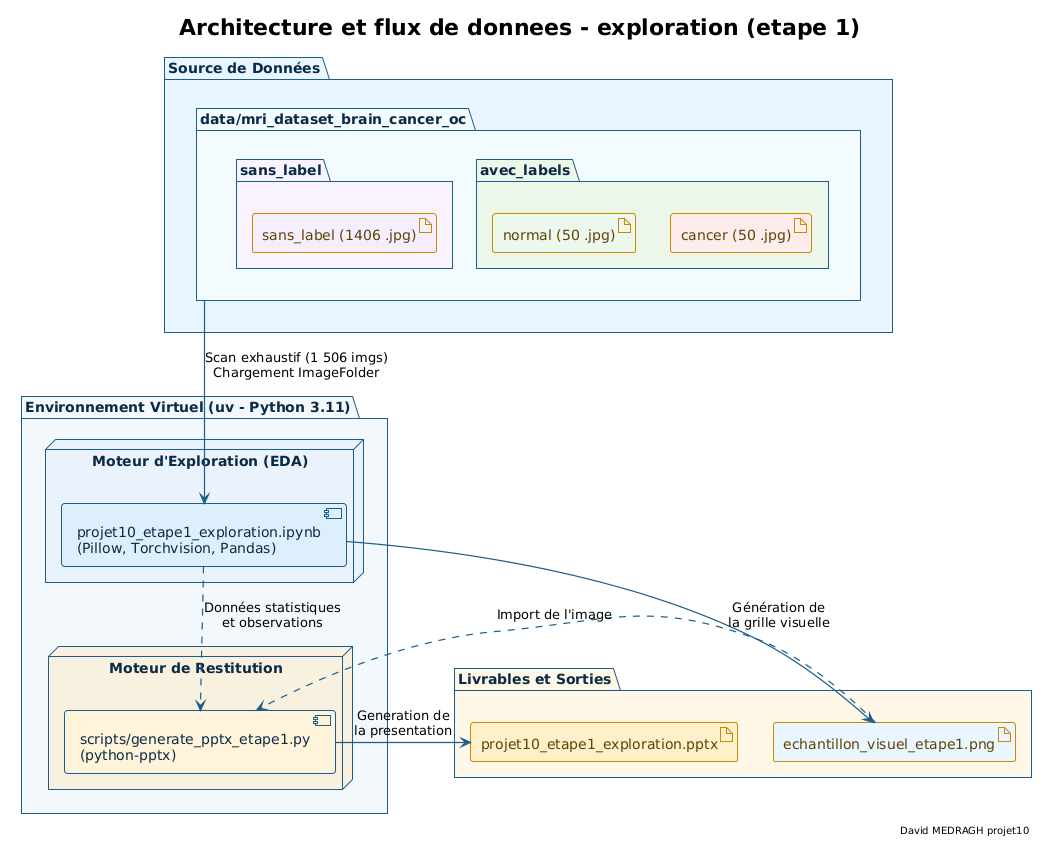
Earlier version of the PlantUML export doc/uml/png/architecture_etape1_exploration.png (davidmedragh/projet10).
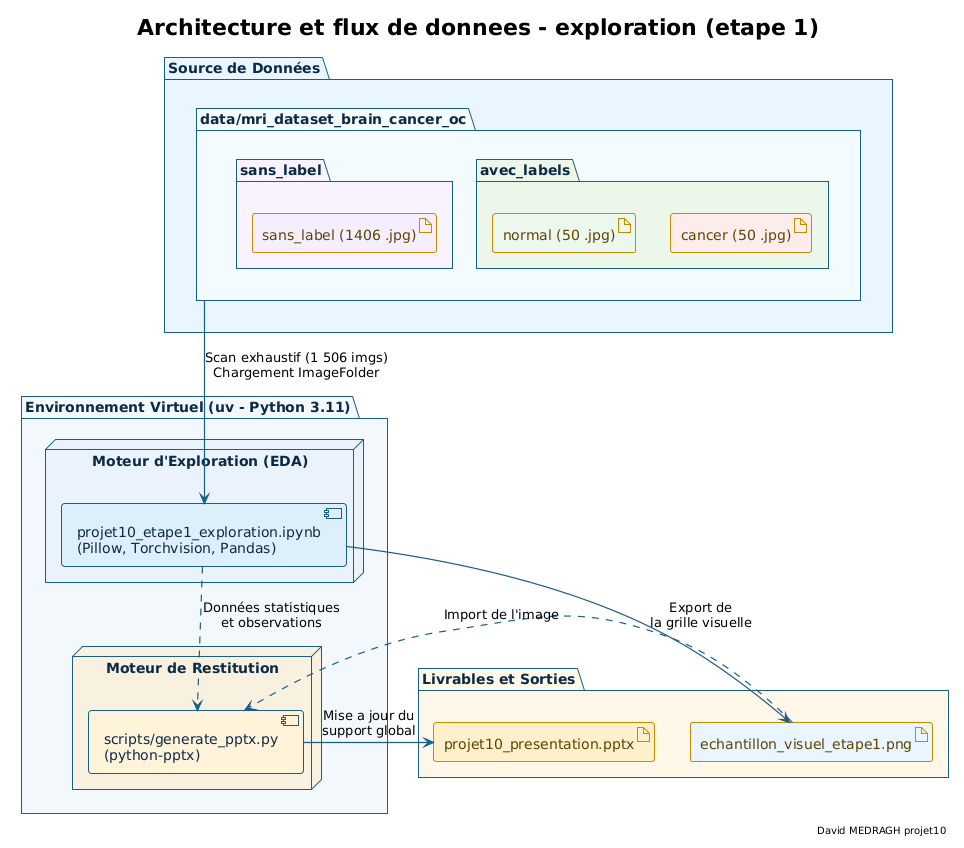
Later version of the same file.

The edit, as a diff of the source:
```diff
@@ -53,22 +53,22 @@
     }
 
     node "Moteur de Restitution" #F9F1DF {
-        component "scripts/generate_pptx_etape1.py\n(python-pptx)" as script_pptx #FFF4DA
+        component "scripts/generate_pptx.py\n(python-pptx)" as script_pptx #FFF4DA
     }
 }
 
 package "Livrables et Sorties" #FFF7E8 {
     artifact "echantillon_visuel_etape1.png" as out_png #EAF6FF
-    artifact "projet10_etape1_exploration.pptx" as out_pptx #FFF0CC
+    artifact "projet10_presentation.pptx" as out_pptx #FFF0CC
 }
 
 dataset --> notebook : Scan exhaustif (1 506 imgs)\nChargement ImageFolder
-notebook --> out_png : Génération de\nla grille visuelle
+notebook --> out_png : Export de\nla grille visuelle
 
 out_png ..> script_pptx : Import de l'image
 notebook ..> script_pptx : Données statistiques\net observations
 
-script_pptx --> out_pptx : Generation de\nla presentation
+script_pptx --> out_pptx : Mise a jour du\nsupport global
 
 right footer David MEDRAGH projet10
 @enduml
```
